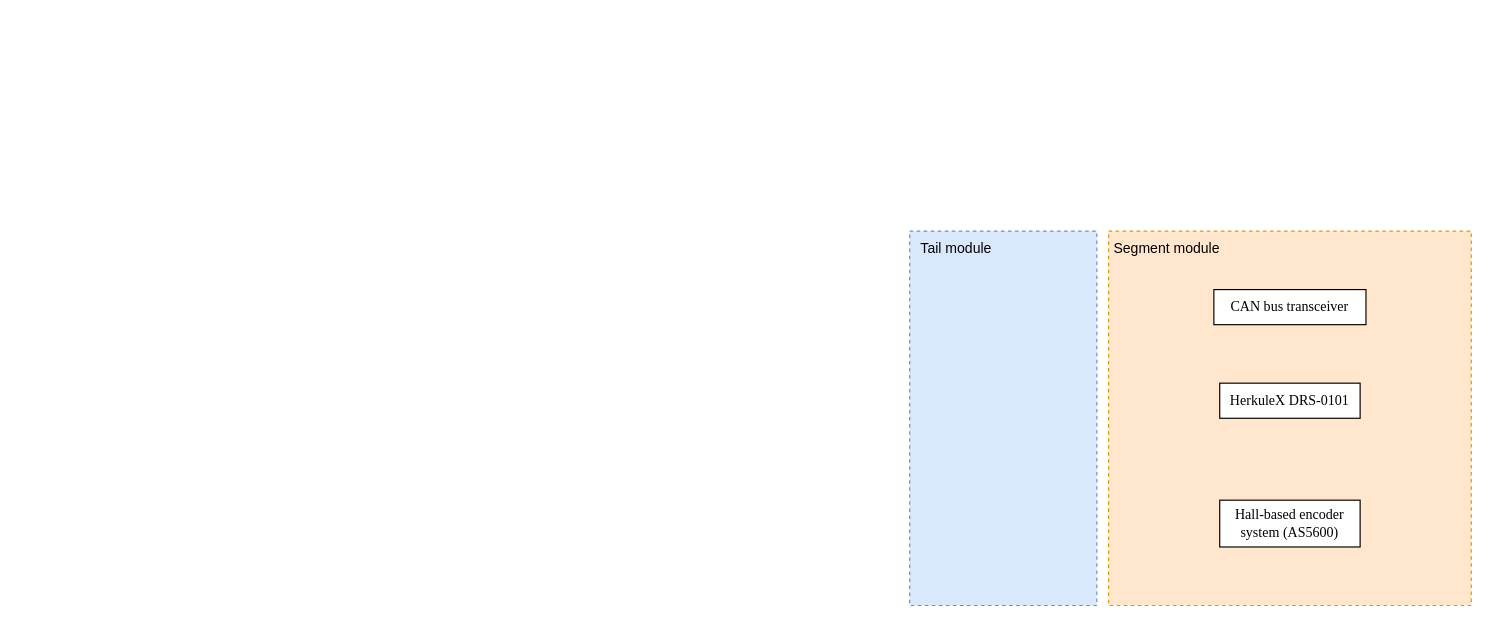
The draw.io diagram module_interaction.drawio in gal65/masters_STM32, before the edit. Source tidied: cells renumbered, new cells numbered last; positions are measured from the earlier drawing's top-left corner, leaving out a move shared by most shapes. Both pictures are drawn from the tidied source at 117%, with x=0, y=0 at pixel (909, 230).
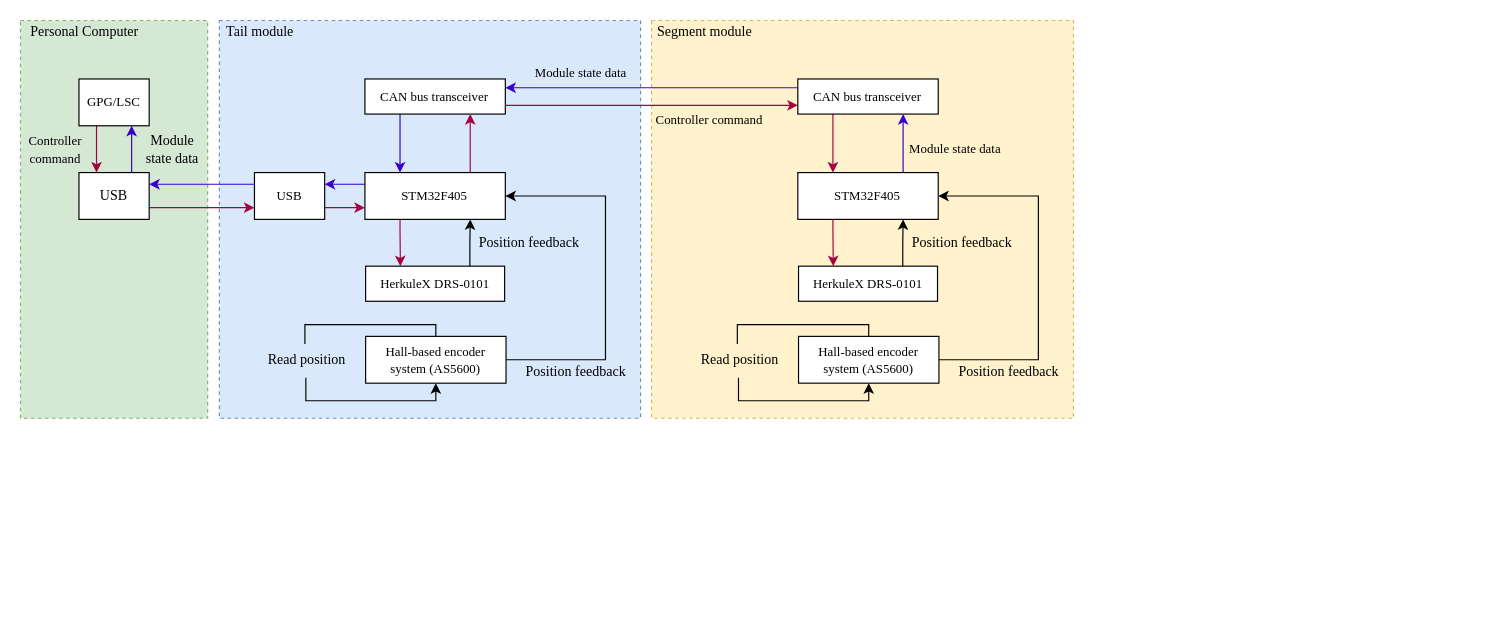
The same page after the edit.

What changed in the source:
```diff
@@
-    <mxCell id="2" style="rounded=0;whiteSpace=wrap;html=1;dashed=1;fillColor=#dae8fc;strokeColor=#6c8ebf;" parent="1" vertex="1">
-      <mxGeometry width="160" height="320" as="geometry" />
-    </mxCell>
-    <mxCell id="3" style="rounded=0;whiteSpace=wrap;html=1;dashed=1;fillColor=#ffe6cc;strokeColor=#d79b00;" parent="1" vertex="1">
-      <mxGeometry x="170" width="310" height="320" as="geometry" />
+    <mxCell id="3" style="rounded=0;whiteSpace=wrap;html=1;dashed=1;fillColor=#fff2cc;strokeColor=#d6b656;" parent="1" vertex="1">
+      <mxGeometry x="-220.6" y="-180" width="360.6" height="340" as="geometry" />
     </mxCell>
+    <mxCell id="5" value="&lt;font style=&quot;font-size: 12px;&quot; face=&quot;Times New Roman&quot;&gt;Segment module&lt;/font&gt;" style="text;html=1;strokeColor=none;fillColor=none;align=center;verticalAlign=middle;whiteSpace=wrap;rounded=0;" parent="1" vertex="1">
+      <mxGeometry x="-220" y="-180" width="90" height="20" as="geometry" />
+    </mxCell>
+    <mxCell id="9" style="edgeStyle=orthogonalEdgeStyle;rounded=0;jettySize=auto;html=1;exitX=0.75;exitY=0;exitDx=0;exitDy=0;entryX=0.75;entryY=1;entryDx=0;entryDy=0;" parent="1" edge="1" source="6" target="15">
+      <mxGeometry relative="1" as="geometry" />
+    </mxCell>
+    <mxCell id="6" value="&lt;font style=&quot;font-size: 11px;&quot; face=&quot;Times New Roman&quot;&gt;HerkuleX DRS-0101&lt;/font&gt;" style="rounded=0;whiteSpace=wrap;html=1;" parent="1" vertex="1">
+      <mxGeometry x="-95" y="30" width="118.8" height="30" as="geometry" />
+    </mxCell>
+    <mxCell id="10" style="edgeStyle=orthogonalEdgeStyle;rounded=0;jettySize=auto;html=1;exitX=0.5;exitY=0;exitDx=0;exitDy=0;endArrow=none;endFill=0;entryX=0.479;entryY=0.052;entryDx=0;entryDy=0;entryPerimeter=0;" parent="1" edge="1" source="7" target="16">
+      <mxGeometry relative="1" as="geometry">
+        <Array as="points">
+          <mxPoint x="-35" y="80" />
+          <mxPoint x="-147" y="80" />
+          <mxPoint x="-147" y="97" />
+        </Array>
+      </mxGeometry>
+    </mxCell>
+    <mxCell id="11" style="edgeStyle=orthogonalEdgeStyle;rounded=0;jettySize=auto;html=1;entryX=0.5;entryY=1;entryDx=0;entryDy=0;exitX=0.488;exitY=1.011;exitDx=0;exitDy=0;exitPerimeter=0;" parent="1" edge="1" source="16" target="7">
+      <mxGeometry relative="1" as="geometry" />
+    </mxCell>
+    <mxCell id="7" value="&lt;font style=&quot;font-size: 11px;&quot; face=&quot;Times New Roman&quot;&gt;Hall-based encoder system (AS5600)&lt;/font&gt;" style="rounded=0;whiteSpace=wrap;html=1;" parent="1" vertex="1">
+      <mxGeometry x="-95" y="90" width="120" height="40" as="geometry" />
+    </mxCell>
+    <mxCell id="12" style="edgeStyle=orthogonalEdgeStyle;rounded=0;jettySize=auto;html=1;exitX=0.25;exitY=1;exitDx=0;exitDy=0;entryX=0.25;entryY=0;entryDx=0;entryDy=0;fillColor=#d80073;strokeColor=#A50040;" parent="1" edge="1" source="8" target="15">
+      <mxGeometry relative="1" as="geometry" />
+    </mxCell>
+    <mxCell id="8" value="&lt;font style=&quot;font-size: 11px;&quot; face=&quot;Times New Roman&quot;&gt;CAN bus transceiver&lt;/font&gt;" style="rounded=0;whiteSpace=wrap;html=1;" parent="1" vertex="1">
+      <mxGeometry x="-95.6" y="-130" width="120" height="30" as="geometry" />
+    </mxCell>
+    <mxCell id="13" style="edgeStyle=orthogonalEdgeStyle;rounded=0;jettySize=auto;html=1;exitX=0.75;exitY=0;exitDx=0;exitDy=0;entryX=0.75;entryY=1;entryDx=0;entryDy=0;fillColor=#6a00ff;strokeColor=#3700CC;" parent="1" edge="1" source="15" target="8">
+      <mxGeometry relative="1" as="geometry" />
+    </mxCell>
+    <mxCell id="14" style="edgeStyle=orthogonalEdgeStyle;rounded=0;jettySize=auto;html=1;entryX=1;entryY=0.5;entryDx=0;entryDy=0;exitX=1;exitY=0.5;exitDx=0;exitDy=0;startArrow=classic;startFill=1;endArrow=none;endFill=0;" parent="1" edge="1" source="15" target="7">
+      <mxGeometry relative="1" as="geometry">
+        <Array as="points">
+          <mxPoint x="110" y="-30" />
+          <mxPoint x="110" y="110" />
+        </Array>
+      </mxGeometry>
+    </mxCell>
+    <mxCell id="15" value="&lt;font style=&quot;font-size: 11px;&quot; face=&quot;Times New Roman&quot;&gt;STM32F405&lt;/font&gt;" style="rounded=0;whiteSpace=wrap;html=1;" parent="1" vertex="1">
+      <mxGeometry x="-95.6" y="-50" width="120" height="40" as="geometry" />
+    </mxCell>
+    <mxCell id="16" value="&lt;font face=&quot;Times New Roman&quot;&gt;Read position&lt;/font&gt;" style="text;html=1;strokeColor=none;fillColor=none;align=center;verticalAlign=middle;whiteSpace=wrap;rounded=0;" parent="1" vertex="1">
+      <mxGeometry x="-200" y="95" width="110" height="30" as="geometry" />
+    </mxCell>
+    <mxCell id="17" style="edgeStyle=orthogonalEdgeStyle;rounded=0;jettySize=auto;html=1;exitX=0.25;exitY=1;exitDx=0;exitDy=0;entryX=0.25;entryY=0;entryDx=0;entryDy=0;fillColor=#d80073;strokeColor=#A50040;" parent="1" edge="1" source="15" target="6">
+      <mxGeometry relative="1" as="geometry">
+        <Array as="points">
+          <mxPoint x="-65" />
+          <mxPoint x="-65" />
+        </Array>
+      </mxGeometry>
+    </mxCell>
+    <mxCell id="18" value="&lt;font face=&quot;Times New Roman&quot;&gt;Position feedback&lt;/font&gt;" style="text;html=1;strokeColor=none;fillColor=none;align=center;verticalAlign=middle;whiteSpace=wrap;rounded=0;" parent="1" vertex="1">
+      <mxGeometry x="-10" width="110" height="20" as="geometry" />
+    </mxCell>
+    <mxCell id="19" value="&lt;font face=&quot;Times New Roman&quot;&gt;Position feedback&lt;/font&gt;" style="text;html=1;strokeColor=none;fillColor=none;align=center;verticalAlign=middle;whiteSpace=wrap;rounded=0;" parent="1" vertex="1">
+      <mxGeometry x="30" y="110" width="110" height="20" as="geometry" />
+    </mxCell>
+    <mxCell id="20" value="&lt;font style=&quot;font-size: 11px;&quot; face=&quot;Times New Roman&quot;&gt;&amp;nbsp;&amp;nbsp; Module state data&lt;br&gt;&lt;/font&gt;" style="text;html=1;strokeColor=none;fillColor=none;align=center;verticalAlign=middle;whiteSpace=wrap;rounded=0;" parent="1" vertex="1">
+      <mxGeometry x="-10" y="-80" width="90" height="20" as="geometry" />
+    </mxCell>
+    <mxCell id="21" style="rounded=0;whiteSpace=wrap;html=1;dashed=1;fillColor=#d5e8d4;strokeColor=#82b366;" parent="1" vertex="1">
+      <mxGeometry x="-760" y="-180" width="160" height="340" as="geometry" />
+    </mxCell>
+    <mxCell id="22" value="&lt;font style=&quot;font-size: 12px;&quot; face=&quot;Times New Roman&quot;&gt;Personal Computer&lt;/font&gt;&lt;font style=&quot;font-size: 12px;&quot; face=&quot;Times New Roman&quot;&gt;&lt;br&gt;&lt;/font&gt;" style="text;html=1;strokeColor=none;fillColor=none;align=center;verticalAlign=middle;whiteSpace=wrap;rounded=0;" parent="1" vertex="1">
+      <mxGeometry x="-760" y="-180" width="110" height="20" as="geometry" />
+    </mxCell>
+    <mxCell id="23" style="rounded=0;whiteSpace=wrap;html=1;dashed=1;fillColor=#dae8fc;strokeColor=#6c8ebf;" parent="1" vertex="1">
+      <mxGeometry x="-590" y="-180" width="360" height="340" as="geometry" />
+    </mxCell>
+    <mxCell id="24" style="edgeStyle=orthogonalEdgeStyle;rounded=0;jettySize=auto;html=1;exitX=0.75;exitY=0;exitDx=0;exitDy=0;entryX=0.75;entryY=1;entryDx=0;entryDy=0;" parent="1" edge="1" source="25" target="35">
+      <mxGeometry relative="1" as="geometry" />
+    </mxCell>
+    <mxCell id="25" value="&lt;font style=&quot;font-size: 11px;&quot; face=&quot;Times New Roman&quot;&gt;HerkuleX DRS-0101&lt;/font&gt;" style="rounded=0;whiteSpace=wrap;html=1;" parent="1" vertex="1">
+      <mxGeometry x="-465" y="30" width="118.8" height="30" as="geometry" />
+    </mxCell>
+    <mxCell id="26" style="edgeStyle=orthogonalEdgeStyle;rounded=0;jettySize=auto;html=1;exitX=0.5;exitY=0;exitDx=0;exitDy=0;endArrow=none;endFill=0;entryX=0.479;entryY=0.052;entryDx=0;entryDy=0;entryPerimeter=0;" parent="1" edge="1" source="28" target="36">
+      <mxGeometry relative="1" as="geometry">
+        <Array as="points">
+          <mxPoint x="-405" y="80" />
+          <mxPoint x="-517" y="80" />
+          <mxPoint x="-517" y="97" />
+        </Array>
+      </mxGeometry>
+    </mxCell>
+    <mxCell id="27" style="edgeStyle=orthogonalEdgeStyle;rounded=0;jettySize=auto;html=1;entryX=0.5;entryY=1;entryDx=0;entryDy=0;exitX=0.488;exitY=1.011;exitDx=0;exitDy=0;exitPerimeter=0;" parent="1" edge="1" source="36" target="28">
+      <mxGeometry relative="1" as="geometry" />
+    </mxCell>
+    <mxCell id="28" value="&lt;font style=&quot;font-size: 11px;&quot; face=&quot;Times New Roman&quot;&gt;Hall-based encoder system (AS5600)&lt;/font&gt;" style="rounded=0;whiteSpace=wrap;html=1;" parent="1" vertex="1">
+      <mxGeometry x="-465" y="90" width="120" height="40" as="geometry" />
+    </mxCell>
+    <mxCell id="29" style="edgeStyle=orthogonalEdgeStyle;rounded=0;jettySize=auto;html=1;exitX=1;exitY=0.25;exitDx=0;exitDy=0;entryX=0;entryY=0.25;entryDx=0;entryDy=0;endArrow=none;endFill=0;startArrow=classic;startFill=1;fillColor=#6a00ff;strokeColor=#3700CC;" parent="1" edge="1" source="31" target="8">
+      <mxGeometry relative="1" as="geometry" />
+    </mxCell>
+    <mxCell id="30" style="edgeStyle=orthogonalEdgeStyle;rounded=0;jettySize=auto;html=1;exitX=0.25;exitY=1;exitDx=0;exitDy=0;entryX=0.25;entryY=0;entryDx=0;entryDy=0;fillColor=#6a00ff;strokeColor=#3700CC;" parent="1" edge="1" source="31" target="35">
+      <mxGeometry relative="1" as="geometry" />
+    </mxCell>
+    <mxCell id="31" value="&lt;font style=&quot;font-size: 11px;&quot; face=&quot;Times New Roman&quot;&gt;CAN bus transceiver&lt;/font&gt;" style="rounded=0;whiteSpace=wrap;html=1;" parent="1" vertex="1">
+      <mxGeometry x="-465.6" y="-130" width="120" height="30" as="geometry" />
+    </mxCell>
+    <mxCell id="32" style="edgeStyle=orthogonalEdgeStyle;rounded=0;jettySize=auto;html=1;exitX=0.75;exitY=0;exitDx=0;exitDy=0;entryX=0.75;entryY=1;entryDx=0;entryDy=0;endArrow=classic;endFill=1;startArrow=none;startFill=0;fillColor=#d80073;strokeColor=#A50040;" parent="1" edge="1" source="35" target="31">
+      <mxGeometry relative="1" as="geometry" />
+    </mxCell>
+    <mxCell id="33" style="edgeStyle=orthogonalEdgeStyle;rounded=0;jettySize=auto;html=1;entryX=1;entryY=0.5;entryDx=0;entryDy=0;exitX=1;exitY=0.5;exitDx=0;exitDy=0;startArrow=classic;startFill=1;endArrow=none;endFill=0;" parent="1" edge="1" source="35" target="28">
+      <mxGeometry relative="1" as="geometry">
+        <Array as="points">
+          <mxPoint x="-260" y="-30" />
+          <mxPoint x="-260" y="110" />
+        </Array>
+      </mxGeometry>
+    </mxCell>
+    <mxCell id="34" style="edgeStyle=orthogonalEdgeStyle;rounded=0;jettySize=auto;html=1;exitX=0;exitY=0.25;exitDx=0;exitDy=0;entryX=1;entryY=0.25;entryDx=0;entryDy=0;fillColor=#6a00ff;strokeColor=#3700CC;" parent="1" edge="1" source="35" target="45">
+      <mxGeometry relative="1" as="geometry" />
+    </mxCell>
+    <mxCell id="35" value="&lt;font style=&quot;font-size: 11px;&quot; face=&quot;Times New Roman&quot;&gt;STM32F405&lt;/font&gt;" style="rounded=0;whiteSpace=wrap;html=1;" parent="1" vertex="1">
+      <mxGeometry x="-465.6" y="-50" width="120" height="40" as="geometry" />
+    </mxCell>
+    <mxCell id="36" value="&lt;font face=&quot;Times New Roman&quot;&gt;Read position&lt;/font&gt;" style="text;html=1;strokeColor=none;fillColor=none;align=center;verticalAlign=middle;whiteSpace=wrap;rounded=0;" parent="1" vertex="1">
+      <mxGeometry x="-560" y="95" width="90" height="30" as="geometry" />
+    </mxCell>
+    <mxCell id="37" style="edgeStyle=orthogonalEdgeStyle;rounded=0;jettySize=auto;html=1;exitX=0.25;exitY=1;exitDx=0;exitDy=0;entryX=0.25;entryY=0;entryDx=0;entryDy=0;fillColor=#d80073;strokeColor=#A50040;" parent="1" edge="1" source="35" target="25">
+      <mxGeometry relative="1" as="geometry">
+        <Array as="points">
+          <mxPoint x="-435" />
+          <mxPoint x="-435" />
+        </Array>
+      </mxGeometry>
+    </mxCell>
+    <mxCell id="38" value="&lt;font face=&quot;Times New Roman&quot;&gt;Position feedback&lt;/font&gt;" style="text;html=1;strokeColor=none;fillColor=none;align=center;verticalAlign=middle;whiteSpace=wrap;rounded=0;" parent="1" vertex="1">
+      <mxGeometry x="-380" width="110" height="20" as="geometry" />
+    </mxCell>
+    <mxCell id="39" value="&lt;font face=&quot;Times New Roman&quot;&gt;Position feedback&lt;/font&gt;" style="text;html=1;strokeColor=none;fillColor=none;align=center;verticalAlign=middle;whiteSpace=wrap;rounded=0;" parent="1" vertex="1">
+      <mxGeometry x="-340" y="110" width="110" height="20" as="geometry" />
+    </mxCell>
-    <mxCell id="4" value="Tail module" style="text;html=1;strokeColor=none;fillColor=none;align=center;verticalAlign=middle;whiteSpace=wrap;rounded=0;" parent="1" vertex="1">
-      <mxGeometry width="80" height="30" as="geometry" />
+    <mxCell id="4" value="&lt;font style=&quot;font-size: 12px;&quot; face=&quot;Times New Roman&quot;&gt;Tail module&lt;/font&gt;" style="text;html=1;strokeColor=none;fillColor=none;align=center;verticalAlign=middle;whiteSpace=wrap;rounded=0;" parent="1" vertex="1">
+      <mxGeometry x="-590" y="-180" width="70" height="20" as="geometry" />
     </mxCell>
-    <mxCell id="5" value="Segment module" style="text;html=1;strokeColor=none;fillColor=none;align=center;verticalAlign=middle;whiteSpace=wrap;rounded=0;" parent="1" vertex="1">
-      <mxGeometry x="170" width="100" height="30" as="geometry" />
-    </mxCell>
-    <mxCell id="6" value="&lt;font face=&quot;Times New Roman&quot;&gt;HerkuleX DRS-0101&lt;/font&gt;" style="rounded=0;whiteSpace=wrap;html=1;" parent="1" vertex="1">
-      <mxGeometry x="265" y="130" width="120" height="30" as="geometry" />
-    </mxCell>
-    <mxCell id="7" value="&lt;font face=&quot;Times New Roman&quot;&gt;Hall-based encoder system (AS5600)&lt;/font&gt;" style="rounded=0;whiteSpace=wrap;html=1;" parent="1" vertex="1">
-      <mxGeometry x="265" y="230" width="120" height="40" as="geometry" />
-    </mxCell>
-    <mxCell id="8" value="&lt;font face=&quot;Times New Roman&quot;&gt;CAN bus transceiver&lt;/font&gt;" style="rounded=0;whiteSpace=wrap;html=1;" parent="1" vertex="1">
-      <mxGeometry x="260" y="50" width="130" height="30" as="geometry" />
-    </mxCell>
+    <mxCell id="40" style="edgeStyle=orthogonalEdgeStyle;rounded=0;jettySize=auto;html=1;exitX=0;exitY=0.75;exitDx=0;exitDy=0;entryX=1;entryY=0.75;entryDx=0;entryDy=0;endArrow=none;endFill=0;startArrow=classic;startFill=1;fillColor=#d80073;strokeColor=#A50040;" parent="1" edge="1" source="8" target="31">
+      <mxGeometry relative="1" as="geometry" />
+    </mxCell>
+    <mxCell id="41" value="&lt;font style=&quot;font-size: 11px;&quot; face=&quot;Times New Roman&quot;&gt;&amp;nbsp;&amp;nbsp; Module state data&lt;br&gt;&lt;/font&gt;" style="text;html=1;strokeColor=none;fillColor=none;align=center;verticalAlign=middle;whiteSpace=wrap;rounded=0;" parent="1" vertex="1">
+      <mxGeometry x="-330" y="-150" width="90" height="30" as="geometry" />
+    </mxCell>
+    <mxCell id="42" value="&lt;font style=&quot;font-size: 11px;&quot; face=&quot;Times New Roman&quot;&gt;Controller command&lt;br&gt;&lt;/font&gt;" style="text;html=1;strokeColor=none;fillColor=none;align=center;verticalAlign=middle;whiteSpace=wrap;rounded=0;" parent="1" vertex="1">
+      <mxGeometry x="-220.6" y="-110" width="100" height="30" as="geometry" />
+    </mxCell>
+    <mxCell id="43" style="edgeStyle=orthogonalEdgeStyle;rounded=0;jettySize=auto;html=1;exitX=1;exitY=0.75;exitDx=0;exitDy=0;entryX=0;entryY=0.75;entryDx=0;entryDy=0;fillColor=#d80073;strokeColor=#A50040;" parent="1" edge="1" source="45" target="35">
+      <mxGeometry relative="1" as="geometry" />
+    </mxCell>
+    <mxCell id="44" style="edgeStyle=orthogonalEdgeStyle;rounded=0;jettySize=auto;html=1;exitX=0;exitY=0.25;exitDx=0;exitDy=0;entryX=1;entryY=0.25;entryDx=0;entryDy=0;fillColor=#6a00ff;strokeColor=#3700CC;" parent="1" edge="1" source="45" target="48">
+      <mxGeometry relative="1" as="geometry" />
+    </mxCell>
+    <mxCell id="45" value="&lt;font style=&quot;font-size: 11px;&quot; face=&quot;Times New Roman&quot;&gt;USB&lt;br&gt;&lt;/font&gt;" style="rounded=0;whiteSpace=wrap;html=1;" parent="1" vertex="1">
+      <mxGeometry x="-560" y="-50" width="60" height="40" as="geometry" />
+    </mxCell>
+    <mxCell id="46" style="edgeStyle=orthogonalEdgeStyle;rounded=0;jettySize=auto;html=1;exitX=1;exitY=0.75;exitDx=0;exitDy=0;entryX=0;entryY=0.75;entryDx=0;entryDy=0;fillColor=#d80073;strokeColor=#A50040;" parent="1" edge="1" source="48" target="45">
+      <mxGeometry relative="1" as="geometry" />
+    </mxCell>
+    <mxCell id="47" style="edgeStyle=orthogonalEdgeStyle;rounded=0;jettySize=auto;html=1;exitX=0.75;exitY=0;exitDx=0;exitDy=0;entryX=0.75;entryY=1;entryDx=0;entryDy=0;fillColor=#6a00ff;strokeColor=#3700CC;" parent="1" edge="1" source="48" target="50">
+      <mxGeometry relative="1" as="geometry" />
+    </mxCell>
+    <mxCell id="48" value="&lt;font face=&quot;Times New Roman&quot;&gt;USB&lt;/font&gt;" style="rounded=0;whiteSpace=wrap;html=1;" parent="1" vertex="1">
+      <mxGeometry x="-710" y="-50" width="60" height="40" as="geometry" />
+    </mxCell>
+    <mxCell id="49" style="edgeStyle=orthogonalEdgeStyle;rounded=0;jettySize=auto;html=1;exitX=0.25;exitY=1;exitDx=0;exitDy=0;entryX=0.25;entryY=0;entryDx=0;entryDy=0;fillColor=#d80073;strokeColor=#A50040;" parent="1" edge="1" source="50" target="48">
+      <mxGeometry relative="1" as="geometry" />
+    </mxCell>
+    <mxCell id="50" value="&lt;font style=&quot;font-size: 11px;&quot; face=&quot;Times New Roman&quot;&gt;GPG/LSC&lt;br&gt;&lt;/font&gt;" style="rounded=0;whiteSpace=wrap;html=1;" parent="1" vertex="1">
+      <mxGeometry x="-710" y="-130" width="60" height="40" as="geometry" />
+    </mxCell>
+    <mxCell id="51" value="&lt;font style=&quot;font-size: 11px;&quot; face=&quot;Times New Roman&quot;&gt;Controller command&lt;br&gt;&lt;/font&gt;" style="text;html=1;strokeColor=none;fillColor=none;align=center;verticalAlign=middle;whiteSpace=wrap;rounded=0;" parent="1" vertex="1">
+      <mxGeometry x="-760" y="-85" width="60" height="30" as="geometry" />
+    </mxCell>
+    <mxCell id="52" value="&lt;font face=&quot;Times New Roman&quot;&gt;Module state data&lt;br&gt;&lt;/font&gt;" style="text;html=1;strokeColor=none;fillColor=none;align=center;verticalAlign=middle;whiteSpace=wrap;rounded=0;" parent="1" vertex="1">
+      <mxGeometry x="-660" y="-85" width="60" height="30" as="geometry" />
+    </mxCell>
```
